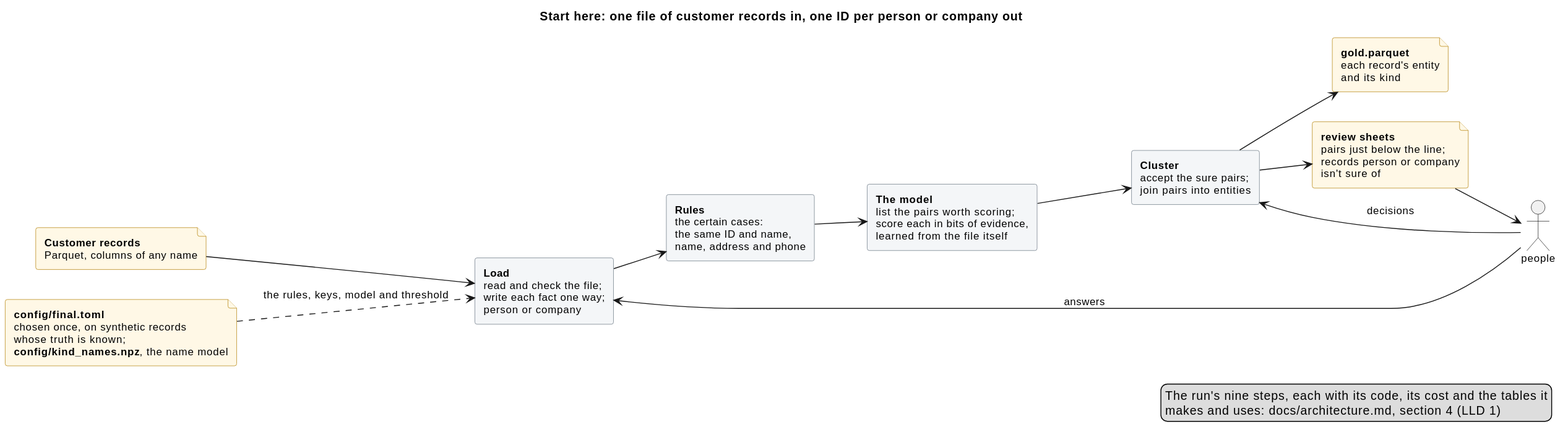
This is docs/diagrams/overview.svg from mvsbm/entity_matching, a PlantUML export, as it was before one commit.
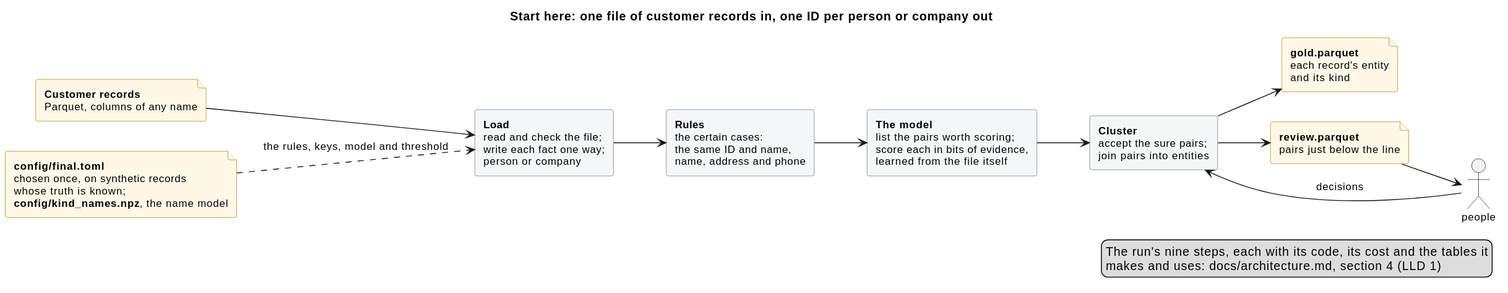
The same file after the commit.

Diff of the diagram source:
```diff
@@ -17,7 +17,7 @@
 rectangle "<b>The model</b>\nlist the pairs worth scoring;\nscore each in bits of evidence,\nlearned from the file itself" as model
 rectangle "<b>Cluster</b>\naccept the sure pairs;\njoin pairs into entities" as cluster
 file "<b>gold.parquet</b>\neach record's entity\nand its kind" as gold
-file "<b>review sheets</b>\npairs just below the line;\nrecords person or company\nisn't sure of" as sheets
+file "<b>review.parquet</b>\npairs just below the line" as sheets
 actor "people" as people
 file "<b>config/final.toml</b>\nchosen once, on synthetic records\nwhose truth is known;\n<b>config/kind_names.npz</b>, the name model" as config
 
@@ -29,7 +29,6 @@
 cluster --> sheets
 sheets --> people
 people --> cluster : decisions
-people --> load : answers
 config ..> load : the rules, keys, model and threshold
 
 legend right
```
